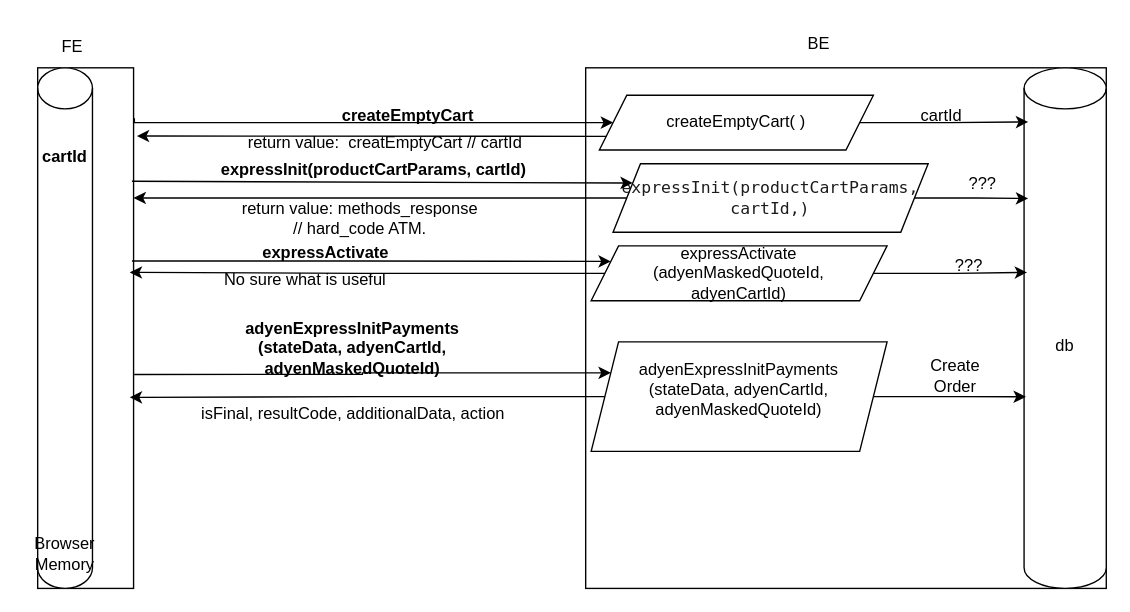
Above: ExpressAppleCheckout.drawio in ian-qiu2025/drawio (draw.io), before the change. Source tidied: cells renumbered, new cells numbered last; positions are measured from the earlier drawing's top-left corner, leaving out a move shared by most shapes. Both pictures are drawn from the tidied source at 137%, with x=0, y=0 at pixel (23, 23).
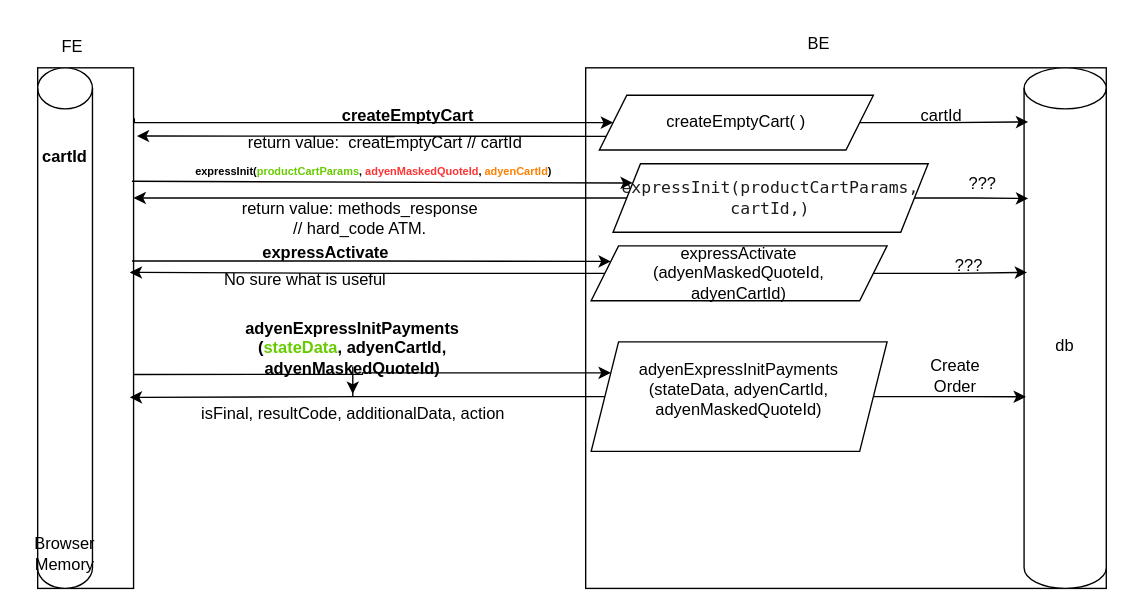
After the change.

Unchanged cells that the change refers to:
```xml
<mxCell id="37" value="isFinal, resultCode, additionalData, action" style="text;html=1;align=center;verticalAlign=middle;points=[];strokeColor=none;fillColor=none;" parent="1" vertex="1">
  <mxGeometry x="120" y="270" width="240" height="30" as="geometry" />
</mxCell>
```

What changed in the source:
```diff
@@
-    <mxCell id="21" value="&lt;b&gt;expressInit(productCartParams, cartId)&lt;/b&gt;" style="text;html=1;align=center;verticalAlign=middle;strokeColor=none;fillColor=none;" parent="1" vertex="1">
-      <mxGeometry x="130" y="92" width="250" height="30" as="geometry" />
+    <mxCell id="21" value="&lt;font style=&quot;font-size: 8px;&quot;&gt;&lt;b style=&quot;&quot;&gt;expressInit(&lt;/b&gt;&lt;font style=&quot;font-weight: bold; color: rgb(102, 204, 0);&quot;&gt;productCartParams&lt;/font&gt;&lt;b style=&quot;&quot;&gt;,&amp;nbsp;&lt;font style=&quot;color: rgb(255, 51, 51);&quot;&gt;adyenMaskedQuoteId&lt;/font&gt;,&amp;nbsp;&lt;/b&gt;&lt;b style=&quot;color: rgb(255, 128, 0);&quot;&gt;adyenCartId&lt;/b&gt;&lt;b style=&quot;&quot;&gt;)&lt;/b&gt;&lt;/font&gt;" style="text;html=1;align=center;verticalAlign=middle;strokeColor=none;fillColor=none;" parent="1" vertex="1">
+      <mxGeometry x="115" y="92" width="280" height="30" as="geometry" />
     </mxCell>
@@
+    <mxCell id="39" style="edgeStyle=orthogonalEdgeStyle;rounded=0;jettySize=auto;html=1;" parent="1" edge="1" source="35" target="37">
+      <mxGeometry relative="1" as="geometry" />
+    </mxCell>
-    <mxCell id="35" value="&lt;b&gt;adyenExpressInitPayments (stateData, adyenCartId, adyenMaskedQuoteId)&lt;/b&gt;" style="text;html=1;align=center;verticalAlign=middle;whiteSpace=wrap;rounded=0;" parent="1" vertex="1">
+    <mxCell id="35" value="&lt;b&gt;adyenExpressInitPayments (&lt;font style=&quot;color: rgb(102, 204, 0);&quot;&gt;stateData&lt;/font&gt;, adyenCartId, adyenMaskedQuoteId)&lt;/b&gt;" style="text;html=1;align=center;verticalAlign=middle;whiteSpace=wrap;rounded=0;" parent="1" vertex="1">
       <mxGeometry x="210" y="222" width="60" height="30" as="geometry" />
     </mxCell>
```
